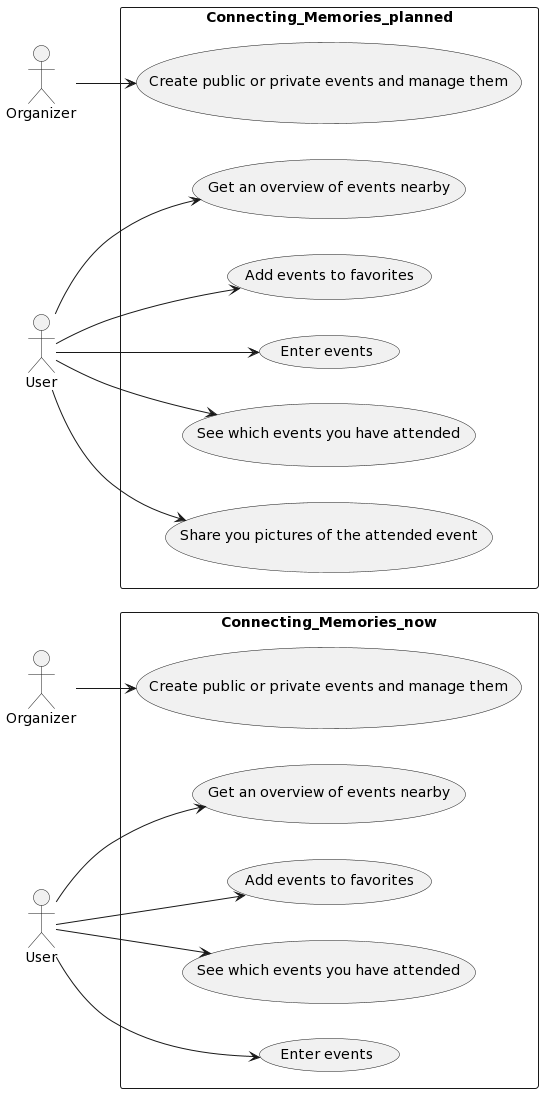
This is Documents/UsecaseDiagramm/usecaseDiagram.png from ArztF/2324-5ahitm-connecting-memories, a PlantUML export, as it was before one commit.
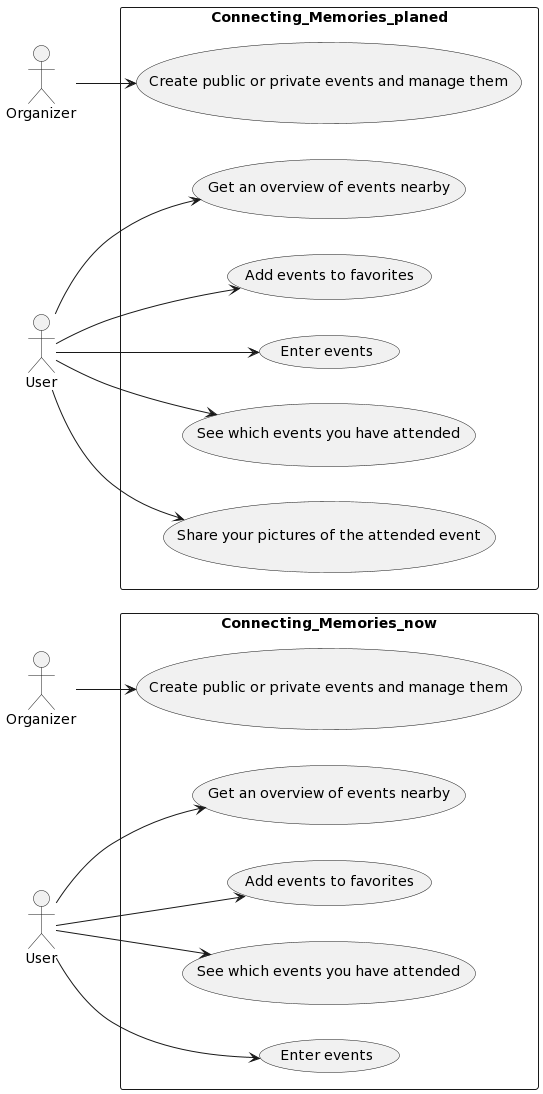
Later version of the same file.

Commit message:
Rechtschreibfehler ausgebessert

What changed in the source:
```diff
@@ -22,13 +22,13 @@
 left to right direction
 actor "Organizer" as o2
 actor "User" as u2
-rectangle Connecting_Memories_planned {
+rectangle Connecting_Memories_planed {
   usecase "Create public or private events and manage them" as C1
   usecase "Get an overview of events nearby" as C2
   usecase "Add events to favorites" as C3
   usecase "Enter events" as C4
   usecase "See which events you have attended" as C5
-  usecase "Share you pictures of the attended event" as C6
+  usecase "Share your pictures of the attended event" as C6
 }
 o2 --> C1
 u2 --> C2
```
